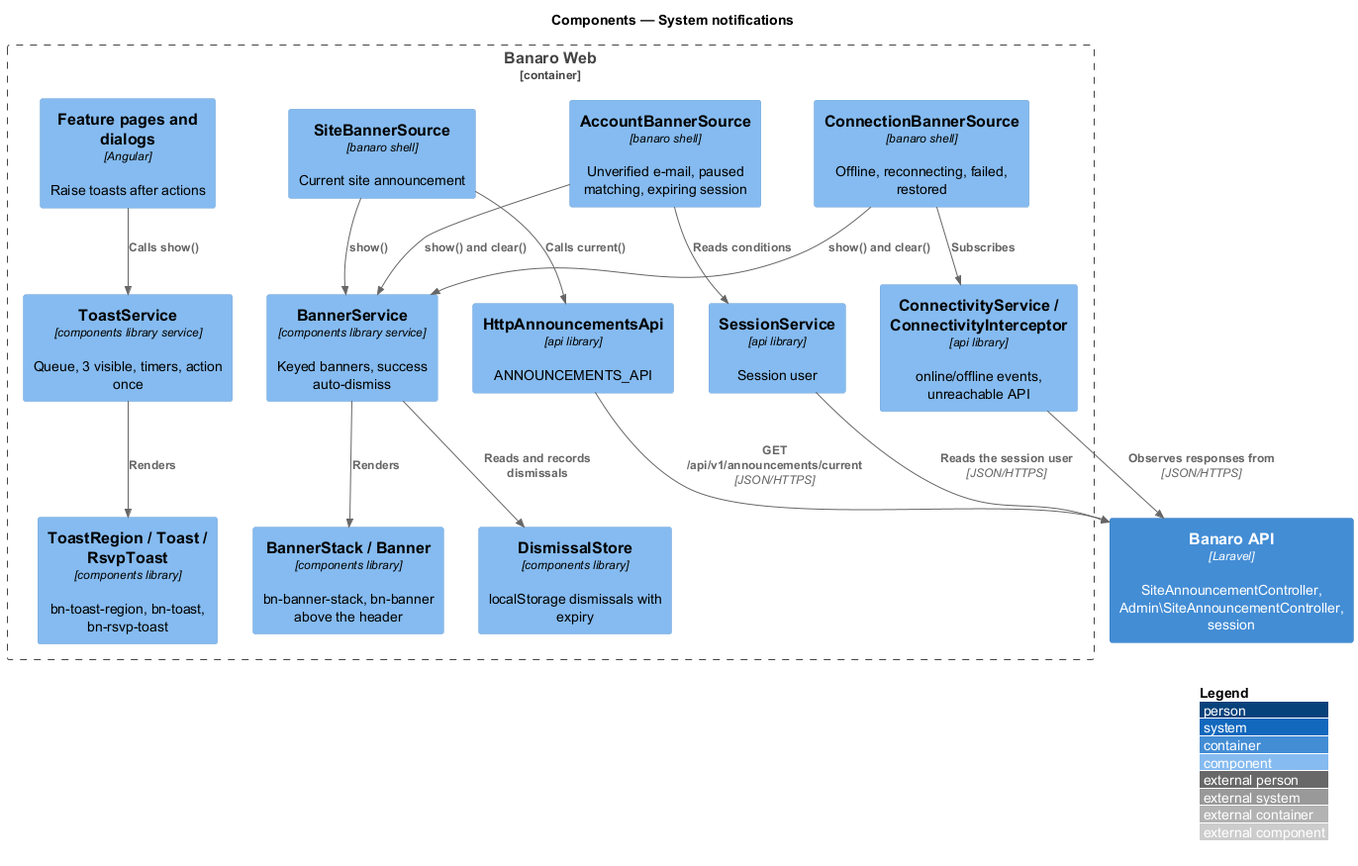
QuinntyneBrown/banaro keeps this PlantUML diagram as docs/detailed-designs/notifications/system-notifications/diagrams/c4-component.png. Above is the earlier version.
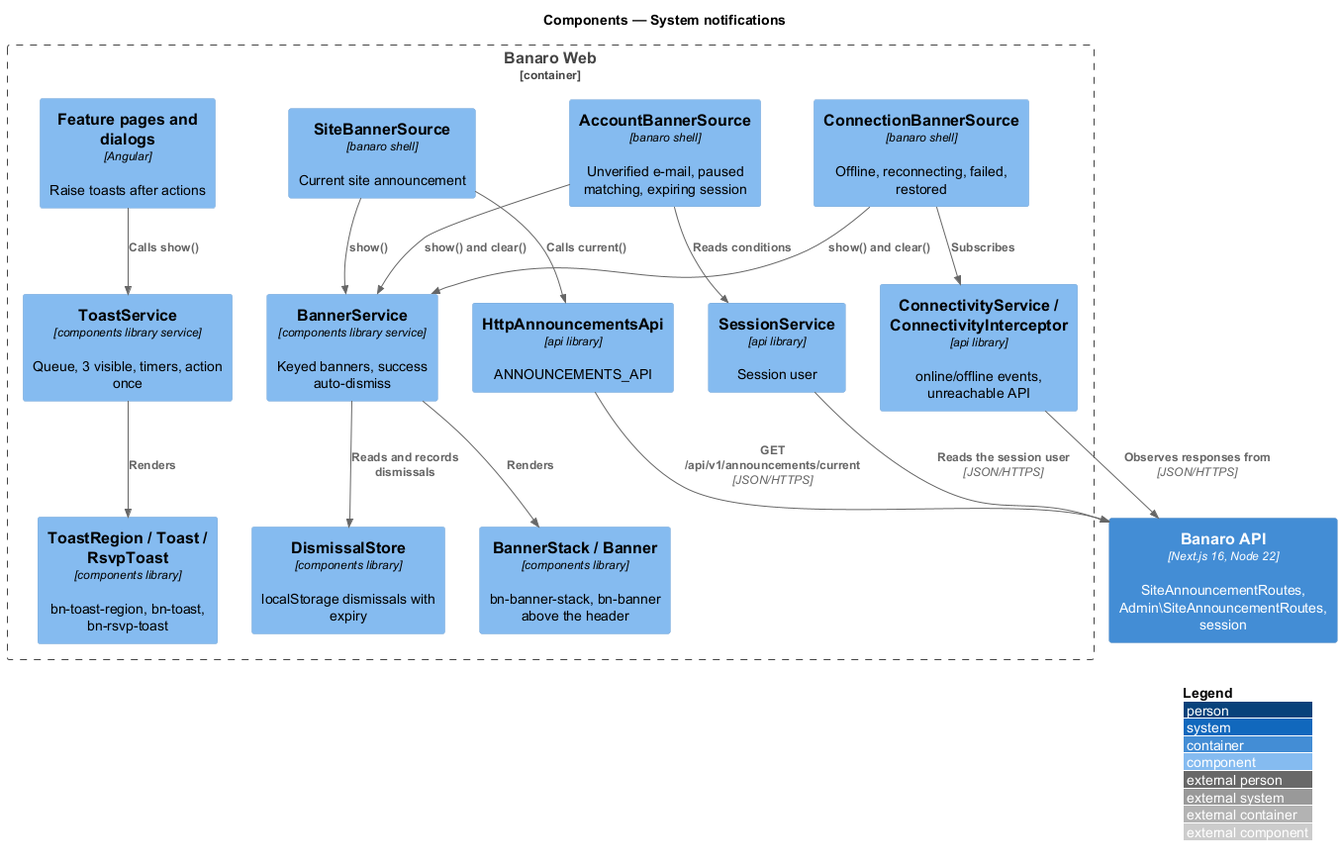
Later version of the same file.

Change to the diagram source:
```diff
@@ -3,7 +3,7 @@
 LAYOUT_WITH_LEGEND()
 title Components — System notifications
 
-Container(api, "Banaro API", "Laravel", "SiteAnnouncementController, Admin\\SiteAnnouncementController, session")
+Container(api, "Banaro API", "Next.js 16, Node 22", "SiteAnnouncementRoutes, Admin\\SiteAnnouncementRoutes, session")
 
 Container_Boundary(web, "Banaro Web") {
   Component(feature, "Feature pages and dialogs", "Angular", "Raise toasts after actions")
```
